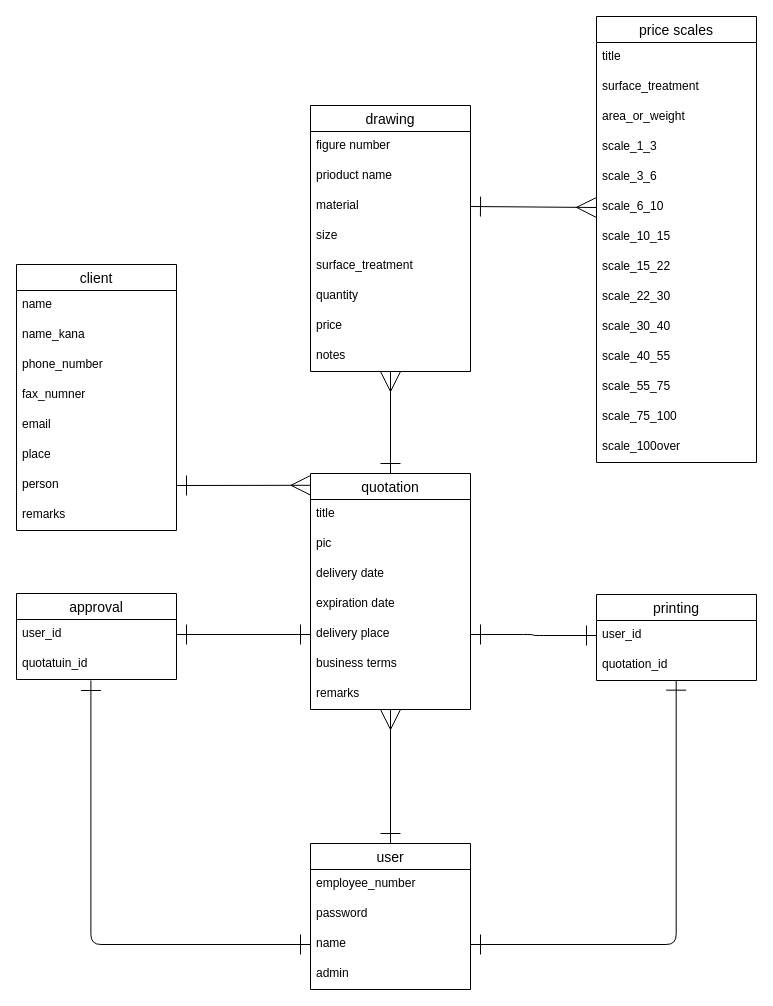
The draw.io diagram DB.dio in bignyokki/quotation_system, before the edit. Source tidied: cells renumbered, new cells numbered last; positions are measured from the earlier drawing's top-left corner, leaving out a move shared by most shapes. Both pictures are drawn from the tidied source at 100%, with x=0, y=0 at pixel (16, 16).
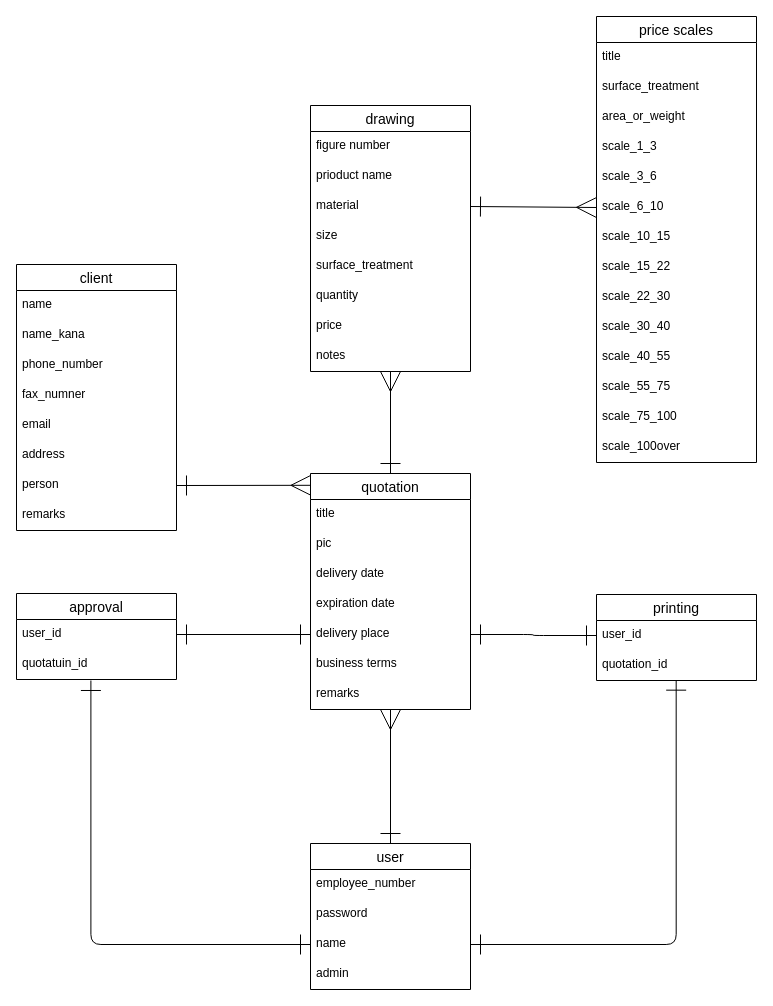
After the change.

Unchanged cells that the change refers to:
```xml
<mxCell id="20" value="client" style="swimlane;fontStyle=0;horizontal=1;startSize=26;align=center;fontSize=14;" parent="1" vertex="1">
  <mxGeometry y="248" width="160" height="266" as="geometry" />
</mxCell>
```

Change to the diagram source:
```diff
@@
-    <mxCell id="26" value="place" style="text;strokeColor=none;fillColor=none;spacingLeft=4;spacingRight=4;overflow=hidden;fontSize=12;" parent="20" vertex="1">
+    <mxCell id="26" value="address" style="text;strokeColor=none;fillColor=none;spacingLeft=4;spacingRight=4;overflow=hidden;fontSize=12;" parent="20" vertex="1">
       <mxGeometry y="176" width="160" height="30" as="geometry" />
     </mxCell>
```
